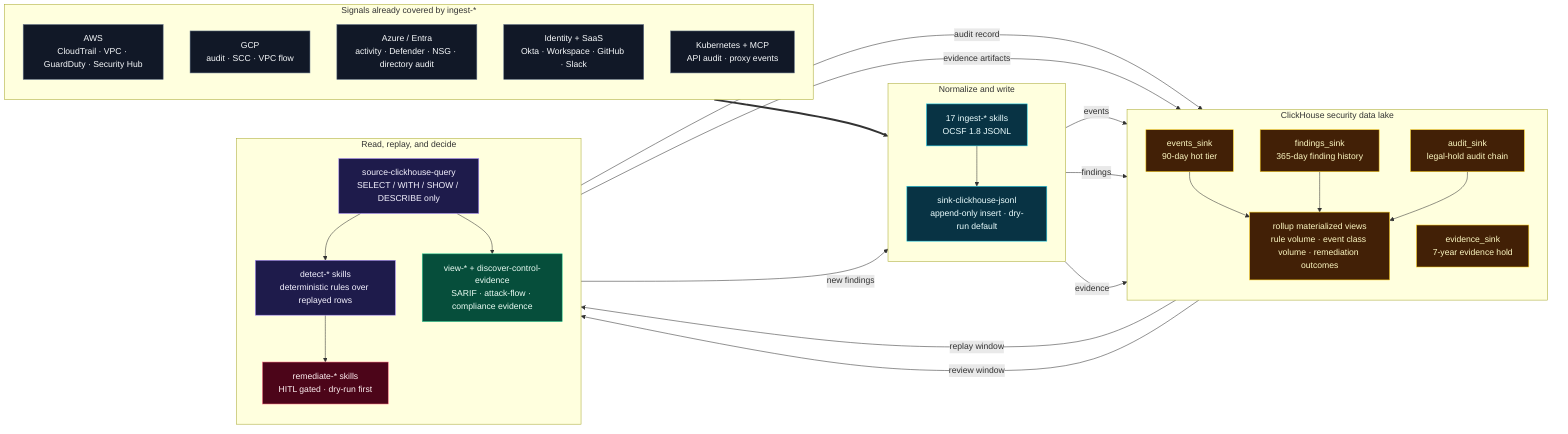
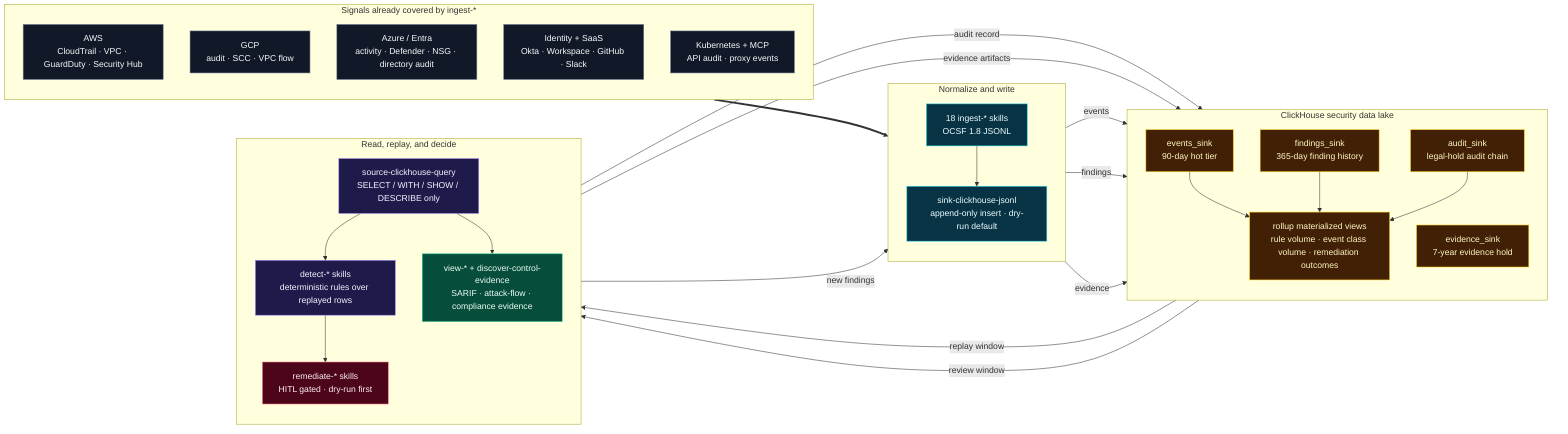
%% ClickHouse security data lake — closed-loop lanes.
%% Hero-narrative companion to docs/CLICKHOUSE_DATA_LAKE.md.
%% Render with `mmdc -i clickhouse-data-lake.mmd -o clickhouse-data-lake.svg`.

flowchart LR
    classDef signal    fill:#111827,stroke:#64748b,color:#f8fafc
    classDef transform fill:#083344,stroke:#22d3ee,color:#ecfeff
    classDef lake      fill:#422006,stroke:#facc15,color:#fef9c3
    classDef query     fill:#1e1b4b,stroke:#a78bfa,color:#f5f3ff
    classDef output    fill:#064e3b,stroke:#34d399,color:#ecfdf5
    classDef audit     fill:#4c0519,stroke:#fb7185,color:#fff1f2

    subgraph SIG["Signals already covered by ingest-*"]
      direction TB
      AWS["AWS<br/>CloudTrail · VPC · GuardDuty · Security Hub"]:::signal
      GCP["GCP<br/>audit · SCC · VPC flow"]:::signal
      AZ["Azure / Entra<br/>activity · Defender · NSG · directory audit"]:::signal
      IDP["Identity + SaaS<br/>Okta · Workspace · GitHub · Slack"]:::signal
      KSP["Kubernetes + MCP<br/>API audit · proxy events"]:::signal
    end

    subgraph L1["Normalize and write"]
      direction TB
-       ING["17 ingest-* skills<br/>OCSF 1.8 JSONL"]:::transform
+       ING["18 ingest-* skills<br/>OCSF 1.8 JSONL"]:::transform
      SINK["sink-clickhouse-jsonl<br/>append-only insert · dry-run default"]:::transform
    end

    subgraph LAKE["ClickHouse security data lake"]
      direction TB
      HOT["events_sink<br/>90-day hot tier"]:::lake
      FIND["findings_sink<br/>365-day finding history"]:::lake
      EVID["evidence_sink<br/>7-year evidence hold"]:::lake
      AUD["audit_sink<br/>legal-hold audit chain"]:::lake
      MV["rollup materialized views<br/>rule volume · event class volume · remediation outcomes"]:::lake
    end

    subgraph REPLAY["Read, replay, and decide"]
      direction TB
      SRC["source-clickhouse-query<br/>SELECT / WITH / SHOW / DESCRIBE only"]:::query
      DET["detect-* skills<br/>deterministic rules over replayed rows"]:::query
      VIEW["view-* + discover-control-evidence<br/>SARIF · attack-flow · compliance evidence"]:::output
      REM["remediate-* skills<br/>HITL gated · dry-run first"]:::audit
    end

    SIG ==> ING
    ING --> SINK
    SINK -- "events" --> HOT
    SINK -- "findings" --> FIND
    SINK -- "evidence" --> EVID
    HOT --> MV
    FIND --> MV
    AUD --> MV
    HOT -- "replay window" --> SRC
    FIND -- "review window" --> SRC
    SRC --> DET
    SRC --> VIEW
    DET -- "new findings" --> SINK
    DET --> REM
    REM -- "audit record" --> AUD
    VIEW -- "evidence artifacts" --> EVID
